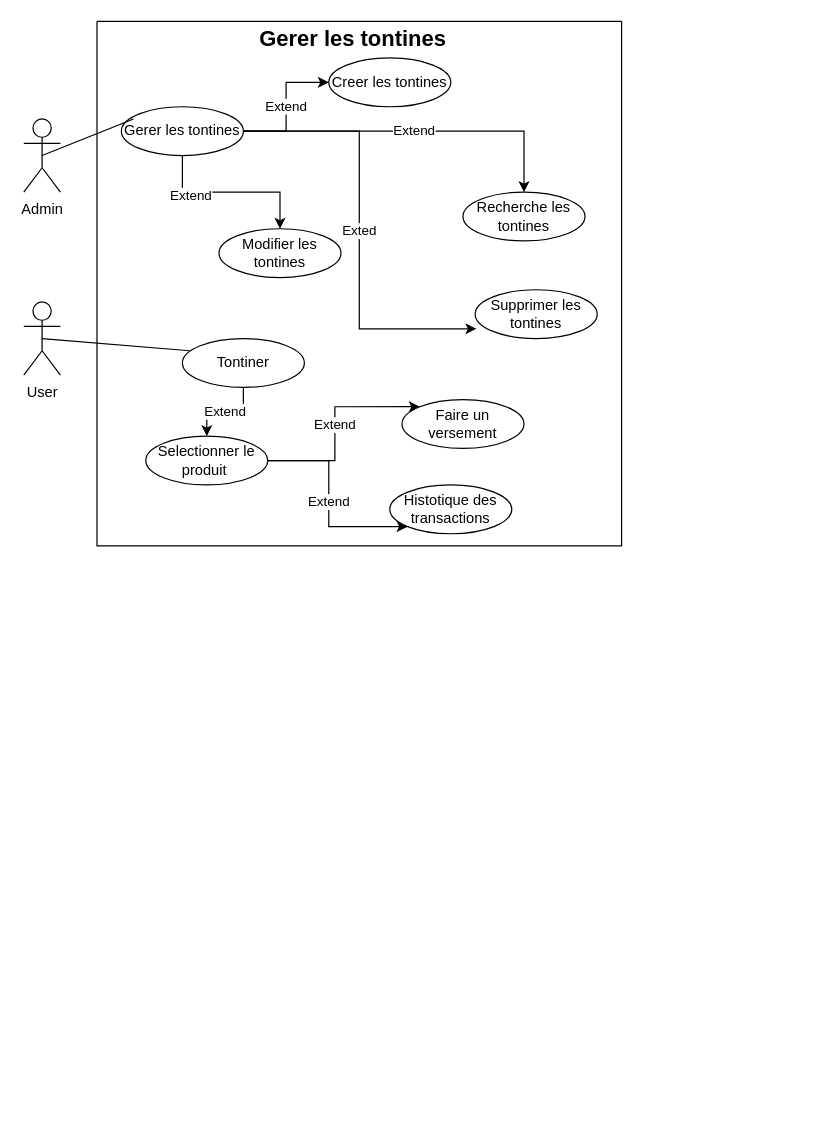
The draw.io diagram GererLesTontines.drawio in Sinclair-boop/admin_django, before the edit. Source tidied: cells renumbered, new cells numbered last; positions are measured from the earlier drawing's top-left corner, leaving out a move shared by most shapes. Both pictures are drawn from the tidied source at 122%, with x=0, y=0 at pixel (23, 21).
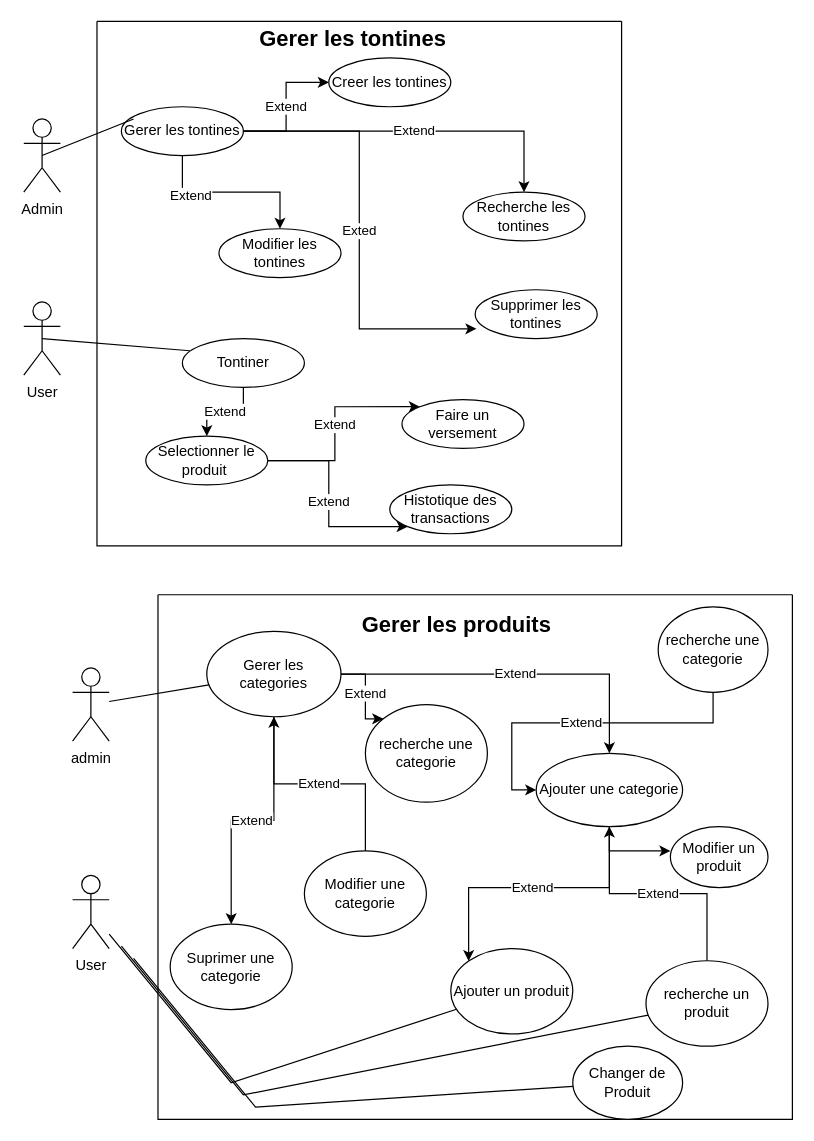
Above is the later version.

What changed in the source:
```diff
@@
+    <mxCell id="25" style="swimlane;startSize=0;" parent="1" vertex="1">
+      <mxGeometry x="110" y="470" width="520" height="430" as="geometry" />
+    </mxCell>
+    <mxCell id="26" value="&lt;b&gt;&lt;font style=&quot;font-size: 18px;&quot;&gt;Gerer les produits&lt;/font&gt;&lt;/b&gt;" style="text;strokeColor=none;align=center;fillColor=none;html=1;verticalAlign=middle;whiteSpace=wrap;rounded=0;" parent="25" vertex="1">
+      <mxGeometry x="160" y="10" width="170" height="30" as="geometry" />
+    </mxCell>
+    <mxCell id="27" value="Suprimer une categorie" style="ellipse;whiteSpace=wrap;html=1;" parent="25" vertex="1">
+      <mxGeometry x="10" y="270" width="100" height="70" as="geometry" />
+    </mxCell>
+    <mxCell id="28" value="recherche une categorie" style="ellipse;whiteSpace=wrap;html=1;" parent="25" vertex="1">
+      <mxGeometry x="170" y="90" width="100" height="80" as="geometry" />
+    </mxCell>
+    <mxCell id="29" value="Modifier un produit" style="ellipse;whiteSpace=wrap;html=1;" parent="25" vertex="1">
+      <mxGeometry x="420" y="190" width="80" height="50" as="geometry" />
+    </mxCell>
+    <mxCell id="30" value="Ajouter une categorie" style="ellipse;whiteSpace=wrap;html=1;" parent="25" vertex="1">
+      <mxGeometry x="310" y="130" width="120" height="60" as="geometry" />
+    </mxCell>
+    <mxCell id="31" value="Extend" style="edgeStyle=orthogonalEdgeStyle;rounded=0;jettySize=auto;html=1;" parent="25" edge="1" source="34" target="30">
+      <mxGeometry relative="1" as="geometry" />
+    </mxCell>
+    <mxCell id="32" value="Extend" style="edgeStyle=orthogonalEdgeStyle;rounded=0;jettySize=auto;html=1;" parent="25" edge="1" source="34" target="27">
+      <mxGeometry relative="1" as="geometry" />
+    </mxCell>
+    <mxCell id="33" value="Extend" style="edgeStyle=orthogonalEdgeStyle;rounded=0;jettySize=auto;html=1;entryX=0;entryY=0;entryDx=0;entryDy=0;" parent="25" edge="1" source="34" target="28">
+      <mxGeometry relative="1" as="geometry" />
+    </mxCell>
+    <mxCell id="34" value="Gerer les categories" style="ellipse;whiteSpace=wrap;html=1;" parent="25" vertex="1">
+      <mxGeometry x="40" y="30" width="110" height="70" as="geometry" />
+    </mxCell>
+    <mxCell id="35" style="edgeStyle=orthogonalEdgeStyle;rounded=0;jettySize=auto;html=1;entryX=0;entryY=0.4;entryDx=0;entryDy=0;entryPerimeter=0;" parent="25" edge="1" source="30" target="29">
+      <mxGeometry relative="1" as="geometry" />
+    </mxCell>
+    <mxCell id="36" value="Ajouter un produit" style="ellipse;whiteSpace=wrap;html=1;" parent="25" vertex="1">
+      <mxGeometry x="240" y="290" width="100" height="70" as="geometry" />
+    </mxCell>
+    <mxCell id="37" value="Extend" style="edgeStyle=orthogonalEdgeStyle;rounded=0;jettySize=auto;html=1;entryX=0;entryY=0;entryDx=0;entryDy=0;" parent="25" edge="1" source="30" target="36">
+      <mxGeometry relative="1" as="geometry" />
+    </mxCell>
+    <mxCell id="38" value="Extend" style="edgeStyle=orthogonalEdgeStyle;rounded=0;jettySize=auto;html=1;" parent="25" edge="1" source="39" target="30">
+      <mxGeometry relative="1" as="geometry" />
+    </mxCell>
+    <mxCell id="39" value="recherche un produit" style="ellipse;whiteSpace=wrap;html=1;" parent="25" vertex="1">
+      <mxGeometry x="400" y="300" width="100" height="70" as="geometry" />
+    </mxCell>
+    <mxCell id="40" value="Extend" style="edgeStyle=orthogonalEdgeStyle;rounded=0;jettySize=auto;html=1;" parent="25" edge="1" source="41" target="34">
+      <mxGeometry relative="1" as="geometry" />
+    </mxCell>
+    <mxCell id="41" value="Modifier une categorie" style="ellipse;whiteSpace=wrap;html=1;" parent="25" vertex="1">
+      <mxGeometry x="120" y="210" width="100" height="70" as="geometry" />
+    </mxCell>
+    <mxCell id="42" value="recherche une categorie" style="ellipse;whiteSpace=wrap;html=1;" parent="25" vertex="1">
+      <mxGeometry x="410" y="10" width="90" height="70" as="geometry" />
+    </mxCell>
+    <mxCell id="43" value="Extend" style="edgeStyle=orthogonalEdgeStyle;rounded=0;jettySize=auto;html=1;entryX=0;entryY=0.5;entryDx=0;entryDy=0;" parent="25" edge="1" source="42" target="30">
+      <mxGeometry relative="1" as="geometry" />
+    </mxCell>
+    <mxCell id="44" value="Changer de Produit" style="ellipse;whiteSpace=wrap;html=1;" parent="25" vertex="1">
+      <mxGeometry x="340" y="370" width="90" height="60" as="geometry" />
+    </mxCell>
+    <mxCell id="45" value="admin" style="shape=umlActor;verticalLabelPosition=bottom;verticalAlign=top;html=1;outlineConnect=0;" parent="1" vertex="1">
+      <mxGeometry x="40" y="530" width="30" height="60" as="geometry" />
+    </mxCell>
+    <mxCell id="46" value="User" style="shape=umlActor;verticalLabelPosition=bottom;verticalAlign=top;html=1;outlineConnect=0;" parent="1" vertex="1">
+      <mxGeometry x="40" y="700" width="30" height="60" as="geometry" />
+    </mxCell>
+    <mxCell id="47" style="endArrow=none;html=1;rounded=0;" parent="1" edge="1" source="45" target="34">
+      <mxGeometry relative="1" as="geometry" />
+    </mxCell>
+    <mxCell id="48" style="endArrow=none;html=1;rounded=0;" parent="1" edge="1" source="46" target="36">
+      <mxGeometry relative="1" as="geometry">
+        <Array as="points">
+          <mxPoint x="170" y="870" />
+        </Array>
+      </mxGeometry>
+    </mxCell>
+    <mxCell id="49" style="endArrow=none;html=1;rounded=0;" parent="1" edge="1" target="39">
+      <mxGeometry relative="1" as="geometry">
+        <mxPoint x="80" y="758" as="sourcePoint" />
+        <Array as="points">
+          <mxPoint x="180" y="880" />
+        </Array>
+      </mxGeometry>
+    </mxCell>
+    <mxCell id="50" style="endArrow=none;html=1;rounded=0;" parent="1" edge="1" target="44">
+      <mxGeometry relative="1" as="geometry">
+        <mxPoint x="90" y="768" as="sourcePoint" />
+        <Array as="points">
+          <mxPoint x="190" y="890" />
+        </Array>
+      </mxGeometry>
+    </mxCell>
```
